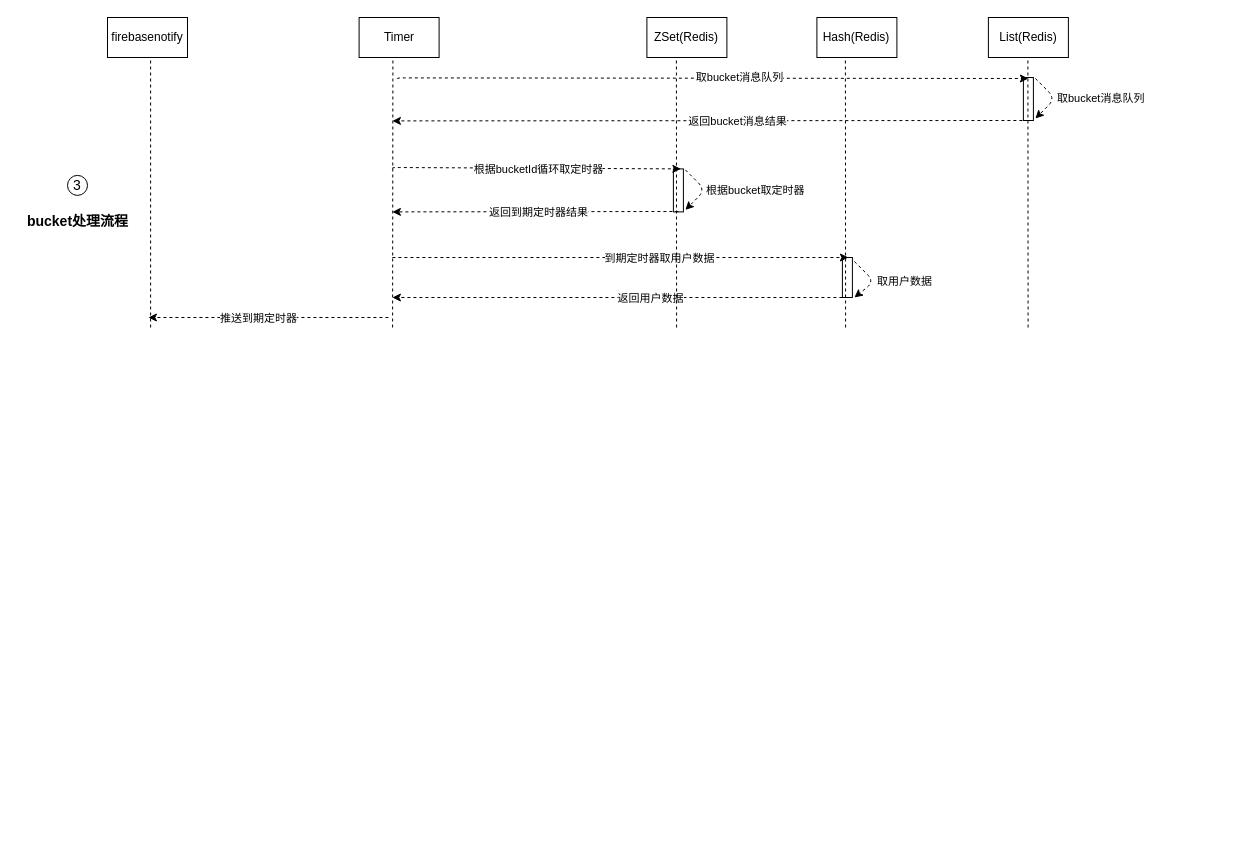
Before: page "Page-7" (7 of 8) of timer.drawio in mbabby/draw.io.file, a draw.io diagram. Source tidied: cells renumbered, new cells numbered last; positions are measured from the earlier drawing's top-left corner, leaving out a move shared by most shapes. Both pictures are drawn from the tidied source at 100%, with x=0, y=0 at pixel (17, 17).
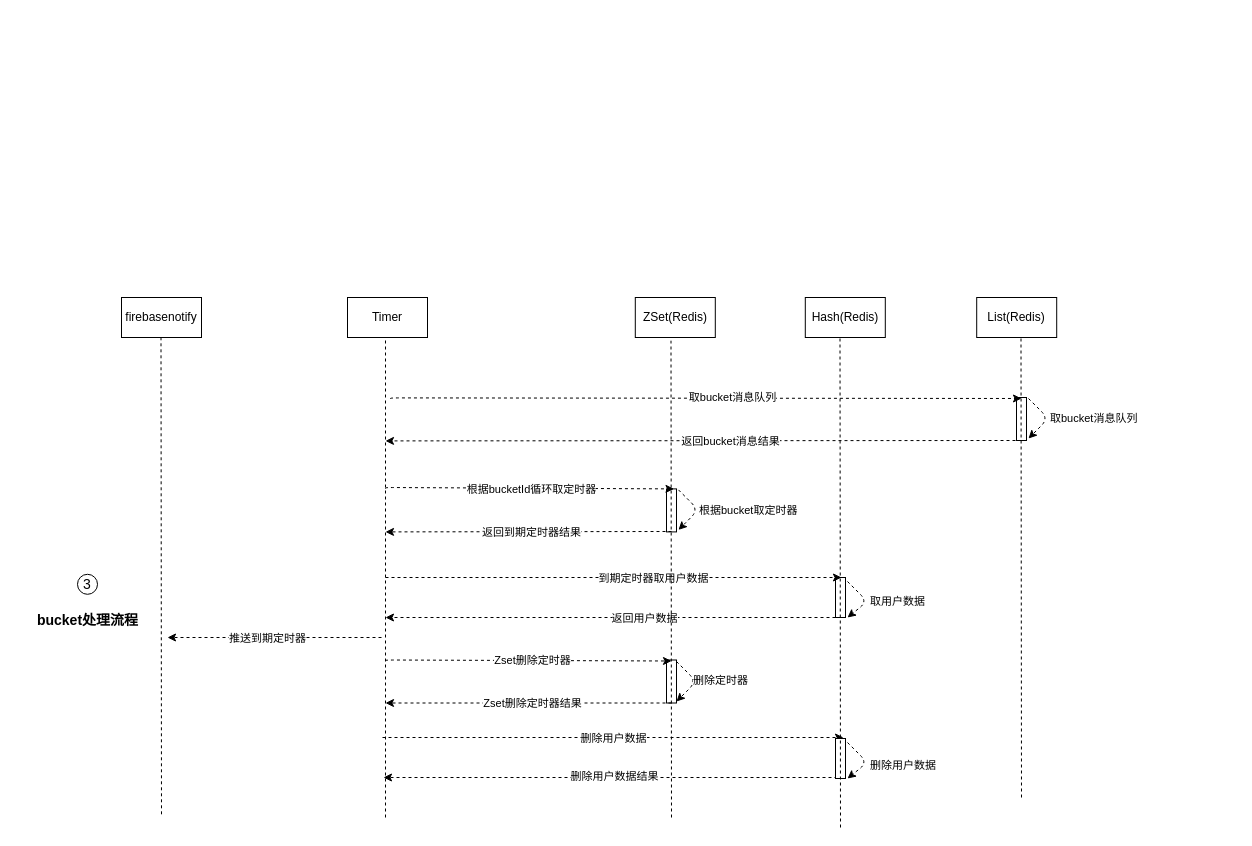
The same page after the edit.

Diff of the diagram source:
```diff
@@
     <mxCell id="2" value="firebasenotify" style="rounded=0;whiteSpace=wrap;html=1;" parent="1" vertex="1">
-      <mxGeometry x="90" width="80" height="40" as="geometry" />
+      <mxGeometry x="104" y="280" width="80" height="40" as="geometry" />
     </mxCell>
     <mxCell id="3" value="Timer" style="rounded=0;whiteSpace=wrap;html=1;" parent="1" vertex="1">
-      <mxGeometry x="341.6" width="80" height="40" as="geometry" />
+      <mxGeometry x="330" y="280" width="80" height="40" as="geometry" />
     </mxCell>
     <mxCell id="4" value="ZSet(Redis)" style="rounded=0;whiteSpace=wrap;html=1;" parent="1" vertex="1">
-      <mxGeometry x="629.4" width="80" height="40" as="geometry" />
+      <mxGeometry x="617.8" y="280" width="80" height="40" as="geometry" />
     </mxCell>
     <mxCell id="5" value="Hash(Redis)" style="rounded=0;whiteSpace=wrap;html=1;" parent="1" vertex="1">
-      <mxGeometry x="799.4" width="80" height="40" as="geometry" />
+      <mxGeometry x="787.8" y="280" width="80" height="40" as="geometry" />
     </mxCell>
     <mxCell id="6" style="endArrow=none;dashed=1;html=1;" parent="1" edge="1">
       <mxGeometry relative="1" as="geometry">
-        <mxPoint x="133.1" y="310" as="sourcePoint" />
-        <mxPoint x="133.1" y="40" as="targetPoint" />
+        <mxPoint x="144" y="796.8" as="sourcePoint" />
+        <mxPoint x="143.5" y="320" as="targetPoint" />
       </mxGeometry>
     </mxCell>
     <mxCell id="7" style="endArrow=none;dashed=1;html=1;" parent="1" edge="1">
       <mxGeometry relative="1" as="geometry">
-        <mxPoint x="375.1" y="310" as="sourcePoint" />
-        <mxPoint x="375.4" y="40" as="targetPoint" />
+        <mxPoint x="368" y="800" as="sourcePoint" />
+        <mxPoint x="368" y="320" as="targetPoint" />
       </mxGeometry>
     </mxCell>
-    <mxCell id="8" style="endArrow=classic;html=1;dashed=1;" parent="1" edge="1">
-      <mxGeometry relative="1" as="geometry">
-        <mxPoint x="1010.9" y="103" as="sourcePoint" />
-        <mxPoint x="374.9" y="103.4" as="targetPoint" />
-      </mxGeometry>
-    </mxCell>
+    <mxCell id="35" value="List(Redis)" style="rounded=0;whiteSpace=wrap;html=1;" parent="1" vertex="1">
+      <mxGeometry x="959.2" y="280" width="80" height="40" as="geometry" />
+    </mxCell>
+    <mxCell id="37" style="endArrow=classic;html=1;dashed=1;" parent="1" edge="1">
+      <mxGeometry relative="1" as="geometry">
+        <mxPoint x="1004" y="423" as="sourcePoint" />
+        <mxPoint x="368" y="423.4" as="targetPoint" />
+      </mxGeometry>
+    </mxCell>
-    <mxCell id="9" value="返回bucket消息结果" style="edgeLabel;html=1;align=center;verticalAlign=middle;" parent="8" vertex="1">
+    <mxCell id="9" value="返回bucket消息结果" style="edgeLabel;html=1;align=center;verticalAlign=middle;" parent="37" vertex="1">
       <mxGeometry x="0.14" y="-1" relative="1" as="geometry">
         <mxPoint x="72" y="1" as="offset" />
       </mxGeometry>
     </mxCell>
-    <mxCell id="10" style="rounded=0;whiteSpace=wrap;html=1;" parent="1" vertex="1">
-      <mxGeometry x="1005.9" y="60" width="10" height="43" as="geometry" />
-    </mxCell>
-    <mxCell id="11" style="endArrow=classic;html=1;dashed=1;" parent="1" edge="1">
-      <mxGeometry relative="1" as="geometry">
-        <mxPoint x="1017.9" y="61" as="sourcePoint" />
-        <mxPoint x="1017.9" y="101" as="targetPoint" />
-        <Array as="points">
-          <mxPoint x="1037.9" y="81" />
-        </Array>
-      </mxGeometry>
-    </mxCell>
+    <mxCell id="38" style="rounded=0;whiteSpace=wrap;html=1;" parent="1" vertex="1">
+      <mxGeometry x="999" y="380" width="10" height="43" as="geometry" />
+    </mxCell>
+    <mxCell id="39" style="endArrow=classic;html=1;dashed=1;" parent="1" edge="1">
+      <mxGeometry relative="1" as="geometry">
+        <mxPoint x="1011" y="381" as="sourcePoint" />
+        <mxPoint x="1011" y="421" as="targetPoint" />
+        <Array as="points">
+          <mxPoint x="1031" y="401" />
+        </Array>
+      </mxGeometry>
+    </mxCell>
     <mxCell id="12" value="&lt;div style=&quot;text-align: center&quot;&gt;&lt;font face=&quot;helvetica&quot;&gt;&lt;span style=&quot;font-size: 11px ; background-color: rgb(255 , 255 , 255)&quot;&gt;取bucket消息队列&lt;/span&gt;&lt;/font&gt;&lt;/div&gt;" style="text;whiteSpace=wrap;html=1;" parent="1" vertex="1">
-      <mxGeometry x="1037.9" y="66.5" width="180" height="30" as="geometry" />
+      <mxGeometry x="1031" y="386.5" width="180" height="30" as="geometry" />
     </mxCell>
-    <mxCell id="13" style="rounded=0;whiteSpace=wrap;html=1;" parent="1" vertex="1">
-      <mxGeometry x="655.9" y="151.4" width="10" height="43" as="geometry" />
-    </mxCell>
-    <mxCell id="14" style="endArrow=classic;html=1;dashed=1;" parent="1" edge="1">
-      <mxGeometry relative="1" as="geometry">
-        <mxPoint x="667.9" y="152.4" as="sourcePoint" />
-        <mxPoint x="667.9" y="192.4" as="targetPoint" />
-        <Array as="points">
-          <mxPoint x="687.9" y="172.4" />
-        </Array>
-      </mxGeometry>
-    </mxCell>
+    <mxCell id="40" style="rounded=0;whiteSpace=wrap;html=1;" parent="1" vertex="1">
+      <mxGeometry x="649" y="471.4" width="10" height="43" as="geometry" />
+    </mxCell>
+    <mxCell id="41" style="endArrow=classic;html=1;dashed=1;" parent="1" edge="1">
+      <mxGeometry relative="1" as="geometry">
+        <mxPoint x="661" y="472.4" as="sourcePoint" />
+        <mxPoint x="661" y="512.4" as="targetPoint" />
+        <Array as="points">
+          <mxPoint x="681" y="492.4" />
+        </Array>
+      </mxGeometry>
+    </mxCell>
     <mxCell id="15" value="&lt;div style=&quot;text-align: center&quot;&gt;&lt;font face=&quot;helvetica&quot;&gt;&lt;span style=&quot;font-size: 11px ; background-color: rgb(255 , 255 , 255)&quot;&gt;根据bucket取定时器&lt;/span&gt;&lt;/font&gt;&lt;/div&gt;" style="text;whiteSpace=wrap;html=1;" parent="1" vertex="1">
-      <mxGeometry x="686.9" y="159.4" width="180" height="30" as="geometry" />
+      <mxGeometry x="680" y="479.4" width="180" height="30" as="geometry" />
     </mxCell>
-    <mxCell id="16" style="endArrow=classic;html=1;dashed=1;" parent="1" edge="1">
-      <mxGeometry relative="1" as="geometry">
-        <mxPoint x="660.9" y="194" as="sourcePoint" />
-        <mxPoint x="374.9" y="194.4" as="targetPoint" />
-      </mxGeometry>
-    </mxCell>
+    <mxCell id="42" style="endArrow=classic;html=1;dashed=1;" parent="1" edge="1">
+      <mxGeometry relative="1" as="geometry">
+        <mxPoint x="654" y="514" as="sourcePoint" />
+        <mxPoint x="368" y="514.4" as="targetPoint" />
+      </mxGeometry>
+    </mxCell>
-    <mxCell id="17" value="返回到期定时器结果" style="edgeLabel;html=1;align=center;verticalAlign=middle;" parent="16" vertex="1">
+    <mxCell id="17" value="返回到期定时器结果" style="edgeLabel;html=1;align=center;verticalAlign=middle;" parent="42" vertex="1">
       <mxGeometry x="0.14" y="-1" relative="1" as="geometry">
         <mxPoint x="23" y="1" as="offset" />
       </mxGeometry>
     </mxCell>
-    <mxCell id="18" style="endArrow=classic;html=1;dashed=1;" parent="1" edge="1">
-      <mxGeometry relative="1" as="geometry">
-        <mxPoint x="830.9" y="280" as="sourcePoint" />
-        <mxPoint x="374.9" y="280" as="targetPoint" />
-      </mxGeometry>
-    </mxCell>
+    <mxCell id="43" style="endArrow=classic;html=1;dashed=1;" parent="1" edge="1">
+      <mxGeometry relative="1" as="geometry">
+        <mxPoint x="824" y="600" as="sourcePoint" />
+        <mxPoint x="368" y="600" as="targetPoint" />
+      </mxGeometry>
+    </mxCell>
-    <mxCell id="19" value="返回用户数据" style="edgeLabel;html=1;align=center;verticalAlign=middle;" parent="18" vertex="1">
+    <mxCell id="19" value="返回用户数据" style="edgeLabel;html=1;align=center;verticalAlign=middle;" parent="43" vertex="1">
       <mxGeometry x="0.14" y="-1" relative="1" as="geometry">
         <mxPoint x="62" y="1" as="offset" />
       </mxGeometry>
     </mxCell>
-    <mxCell id="20" style="rounded=0;whiteSpace=wrap;html=1;" parent="1" vertex="1">
-      <mxGeometry x="824.9" y="240" width="10" height="40" as="geometry" />
-    </mxCell>
-    <mxCell id="21" style="endArrow=classic;html=1;dashed=1;" parent="1" edge="1">
-      <mxGeometry relative="1" as="geometry">
-        <mxPoint x="836.9" y="244" as="sourcePoint" />
-        <mxPoint x="836.9" y="280" as="targetPoint" />
-        <Array as="points">
-          <mxPoint x="856.9" y="264" />
-        </Array>
-      </mxGeometry>
-    </mxCell>
+    <mxCell id="44" style="rounded=0;whiteSpace=wrap;html=1;" parent="1" vertex="1">
+      <mxGeometry x="818" y="560" width="10" height="40" as="geometry" />
+    </mxCell>
+    <mxCell id="45" style="endArrow=classic;html=1;dashed=1;" parent="1" edge="1">
+      <mxGeometry relative="1" as="geometry">
+        <mxPoint x="830" y="564" as="sourcePoint" />
+        <mxPoint x="830" y="600" as="targetPoint" />
+        <Array as="points">
+          <mxPoint x="850" y="584" />
+        </Array>
+      </mxGeometry>
+    </mxCell>
     <mxCell id="22" value="&lt;div style=&quot;text-align: center&quot;&gt;&lt;font face=&quot;helvetica&quot;&gt;&lt;span style=&quot;font-size: 11px ; background-color: rgb(255 , 255 , 255)&quot;&gt;取用户数据&lt;/span&gt;&lt;/font&gt;&lt;/div&gt;" style="text;whiteSpace=wrap;html=1;" parent="1" vertex="1">
-      <mxGeometry x="857.9" y="250" width="180" height="30" as="geometry" />
+      <mxGeometry x="851" y="570" width="180" height="30" as="geometry" />
     </mxCell>
     <mxCell id="23" value="3" style="ellipse;whiteSpace=wrap;html=1;fontSize=14;align=center;" parent="1" vertex="1">
-      <mxGeometry x="50" y="157.9" width="20" height="20" as="geometry" />
+      <mxGeometry x="60" y="556.8" width="20" height="20" as="geometry" />
     </mxCell>
     <mxCell id="24" value="&lt;b&gt;bucket处理流程&lt;/b&gt;" style="text;html=1;align=center;verticalAlign=middle;strokeColor=none;fillColor=none;fontSize=14;" parent="1" vertex="1">
-      <mxGeometry y="194.4" width="120" height="20" as="geometry" />
+      <mxGeometry x="10" y="593.2" width="120" height="20" as="geometry" />
     </mxCell>
-    <mxCell id="25" style="endArrow=classic;html=1;dashed=1;entryX=0.75;entryY=0;entryDx=0;entryDy=0;" parent="1" edge="1" target="13">
-      <mxGeometry relative="1" as="geometry">
-        <mxPoint x="374.9" y="151" as="sourcePoint" />
-        <Array as="points">
-          <mxPoint x="374.9" y="150" />
-        </Array>
-      </mxGeometry>
-    </mxCell>
+    <mxCell id="46" style="endArrow=classic;html=1;dashed=1;entryX=0.75;entryY=0;entryDx=0;entryDy=0;" parent="1" edge="1" target="40">
+      <mxGeometry relative="1" as="geometry">
+        <mxPoint x="368" y="471" as="sourcePoint" />
+        <Array as="points">
+          <mxPoint x="368" y="470" />
+        </Array>
+      </mxGeometry>
+    </mxCell>
-    <mxCell id="26" value="根据bucketId循环取定时器" style="edgeLabel;html=1;align=center;verticalAlign=middle;" parent="25" vertex="1">
+    <mxCell id="26" value="根据bucketId循环取定时器" style="edgeLabel;html=1;align=center;verticalAlign=middle;" parent="46" vertex="1">
       <mxGeometry x="0.14" y="-1" relative="1" as="geometry">
         <mxPoint x="-18" as="offset" />
       </mxGeometry>
     </mxCell>
-    <mxCell id="27" style="endArrow=classic;html=1;dashed=1;" parent="1" edge="1">
-      <mxGeometry relative="1" as="geometry">
-        <mxPoint x="374.9" y="240" as="sourcePoint" />
-        <mxPoint x="830.9" y="240" as="targetPoint" />
-      </mxGeometry>
-    </mxCell>
+    <mxCell id="47" style="endArrow=classic;html=1;dashed=1;" parent="1" edge="1">
+      <mxGeometry relative="1" as="geometry">
+        <mxPoint x="368" y="560" as="sourcePoint" />
+        <mxPoint x="824" y="560" as="targetPoint" />
+      </mxGeometry>
+    </mxCell>
-    <mxCell id="28" value="到期定时器取用户数据" style="edgeLabel;html=1;align=center;verticalAlign=middle;" parent="27" vertex="1">
+    <mxCell id="28" value="到期定时器取用户数据" style="edgeLabel;html=1;align=center;verticalAlign=middle;" parent="47" vertex="1">
       <mxGeometry x="0.14" y="-1" relative="1" as="geometry">
         <mxPoint x="7" y="-1" as="offset" />
       </mxGeometry>
     </mxCell>
-    <mxCell id="29" style="endArrow=classic;html=1;dashed=1;" parent="1" edge="1">
-      <mxGeometry relative="1" as="geometry">
-        <mxPoint x="379.9" y="61.4" as="sourcePoint" />
-        <mxPoint x="1010.9" y="61" as="targetPoint" />
-        <Array as="points">
-          <mxPoint x="379.9" y="60.4" />
-        </Array>
-      </mxGeometry>
-    </mxCell>
+    <mxCell id="48" style="endArrow=classic;html=1;dashed=1;" parent="1" edge="1">
+      <mxGeometry relative="1" as="geometry">
+        <mxPoint x="373" y="381.4" as="sourcePoint" />
+        <mxPoint x="1004" y="381" as="targetPoint" />
+        <Array as="points">
+          <mxPoint x="373" y="380.4" />
+        </Array>
+      </mxGeometry>
+    </mxCell>
-    <mxCell id="30" value="取bucket消息队列" style="edgeLabel;html=1;align=center;verticalAlign=middle;" parent="29" vertex="1">
+    <mxCell id="30" value="取bucket消息队列" style="edgeLabel;html=1;align=center;verticalAlign=middle;" parent="48" vertex="1">
       <mxGeometry x="0.14" y="-1" relative="1" as="geometry">
         <mxPoint x="-17" y="-2" as="offset" />
       </mxGeometry>
     </mxCell>
-    <mxCell id="31" style="endArrow=classic;html=1;dashed=1;" parent="1" edge="1">
-      <mxGeometry relative="1" as="geometry">
-        <mxPoint x="370.9" y="300" as="sourcePoint" />
-        <mxPoint x="130.9" y="300" as="targetPoint" />
-      </mxGeometry>
-    </mxCell>
+    <mxCell id="49" style="rounded=0;whiteSpace=wrap;html=1;" parent="1" vertex="1">
+      <mxGeometry x="649" y="642.5" width="10" height="43" as="geometry" />
+    </mxCell>
+    <mxCell id="50" style="endArrow=classic;html=1;dashed=1;" parent="1" edge="1">
+      <mxGeometry relative="1" as="geometry">
+        <mxPoint x="368" y="643.5" as="sourcePoint" />
+        <mxPoint x="654" y="643.5" as="targetPoint" />
+        <Array as="points">
+          <mxPoint x="368" y="642.5" />
+        </Array>
+      </mxGeometry>
+    </mxCell>
+    <mxCell id="51" value="Zset删除定时器" style="edgeLabel;html=1;align=center;verticalAlign=middle;" parent="50" vertex="1">
+      <mxGeometry x="0.14" y="-1" relative="1" as="geometry">
+        <mxPoint x="-16" y="-2" as="offset" />
+      </mxGeometry>
+    </mxCell>
+    <mxCell id="52" style="endArrow=classic;html=1;dashed=1;" parent="1" edge="1">
+      <mxGeometry relative="1" as="geometry">
+        <mxPoint x="659" y="644" as="sourcePoint" />
+        <mxPoint x="659" y="684" as="targetPoint" />
+        <Array as="points">
+          <mxPoint x="679" y="664" />
+        </Array>
+      </mxGeometry>
+    </mxCell>
+    <mxCell id="53" value="&lt;div style=&quot;text-align: center&quot;&gt;&lt;font face=&quot;helvetica&quot;&gt;&lt;span style=&quot;font-size: 11px ; background-color: rgb(255 , 255 , 255)&quot;&gt;删除定时器&lt;/span&gt;&lt;/font&gt;&lt;/div&gt;" style="text;whiteSpace=wrap;html=1;" parent="1" vertex="1">
+      <mxGeometry x="674" y="649" width="120" height="30" as="geometry" />
+    </mxCell>
+    <mxCell id="54" style="endArrow=classic;html=1;dashed=1;" parent="1" edge="1">
+      <mxGeometry relative="1" as="geometry">
+        <mxPoint x="654" y="685.5" as="sourcePoint" />
+        <mxPoint x="368" y="685.5" as="targetPoint" />
+      </mxGeometry>
+    </mxCell>
+    <mxCell id="55" value="Zset删除定时器结果" style="edgeLabel;html=1;align=center;verticalAlign=middle;" parent="54" vertex="1">
+      <mxGeometry x="0.14" y="-1" relative="1" as="geometry">
+        <mxPoint x="23" y="1" as="offset" />
+      </mxGeometry>
+    </mxCell>
+    <mxCell id="56" style="endArrow=classic;html=1;dashed=1;" parent="1" edge="1">
+      <mxGeometry relative="1" as="geometry">
+        <mxPoint x="365" y="720" as="sourcePoint" />
+        <mxPoint x="826" y="720" as="targetPoint" />
+      </mxGeometry>
+    </mxCell>
+    <mxCell id="57" value="删除用户数据" style="edgeLabel;html=1;align=center;verticalAlign=middle;" parent="56" vertex="1">
+      <mxGeometry x="0.14" y="-1" relative="1" as="geometry">
+        <mxPoint x="-33" y="-1" as="offset" />
+      </mxGeometry>
+    </mxCell>
+    <mxCell id="58" style="endArrow=classic;html=1;dashed=1;" parent="1" edge="1">
+      <mxGeometry relative="1" as="geometry">
+        <mxPoint x="826" y="760" as="sourcePoint" />
+        <mxPoint x="366" y="760" as="targetPoint" />
+      </mxGeometry>
+    </mxCell>
+    <mxCell id="59" value="删除用户数据结果" style="edgeLabel;html=1;align=center;verticalAlign=middle;" parent="58" vertex="1">
+      <mxGeometry x="0.14" y="-1" relative="1" as="geometry">
+        <mxPoint x="32" y="-1" as="offset" />
+      </mxGeometry>
+    </mxCell>
+    <mxCell id="60" style="endArrow=classic;html=1;dashed=1;" parent="1" edge="1">
+      <mxGeometry relative="1" as="geometry">
+        <mxPoint x="364" y="620" as="sourcePoint" />
+        <mxPoint x="150" y="620" as="targetPoint" />
+      </mxGeometry>
+    </mxCell>
-    <mxCell id="32" value="推送到期定时器" style="edgeLabel;html=1;align=center;verticalAlign=middle;" parent="31" vertex="1">
+    <mxCell id="32" value="推送到期定时器" style="edgeLabel;html=1;align=center;verticalAlign=middle;" parent="60" vertex="1">
       <mxGeometry x="0.14" y="-1" relative="1" as="geometry">
         <mxPoint x="7" y="1" as="offset" />
       </mxGeometry>
     </mxCell>
+    <mxCell id="61" style="rounded=0;whiteSpace=wrap;html=1;" parent="1" vertex="1">
+      <mxGeometry x="818" y="721" width="10" height="40" as="geometry" />
+    </mxCell>
+    <mxCell id="62" style="endArrow=classic;html=1;dashed=1;" parent="1" edge="1">
+      <mxGeometry relative="1" as="geometry">
+        <mxPoint x="830" y="725" as="sourcePoint" />
+        <mxPoint x="830" y="761" as="targetPoint" />
+        <Array as="points">
+          <mxPoint x="850" y="745" />
+        </Array>
+      </mxGeometry>
+    </mxCell>
+    <mxCell id="63" value="&lt;div style=&quot;text-align: center&quot;&gt;&lt;font face=&quot;helvetica&quot;&gt;&lt;span style=&quot;font-size: 11px ; background-color: rgb(255 , 255 , 255)&quot;&gt;删除用户数据&lt;/span&gt;&lt;/font&gt;&lt;/div&gt;" style="text;whiteSpace=wrap;html=1;" parent="1" vertex="1">
+      <mxGeometry x="851" y="734" width="180" height="30" as="geometry" />
+    </mxCell>
+    <mxCell id="36" style="endArrow=none;dashed=1;html=1;" parent="1" edge="1">
+      <mxGeometry relative="1" as="geometry">
+        <mxPoint x="1004" y="780" as="sourcePoint" />
+        <mxPoint x="1003.5" y="320" as="targetPoint" />
+      </mxGeometry>
+    </mxCell>
+    <mxCell id="34" style="endArrow=none;dashed=1;html=1;" parent="1" edge="1">
+      <mxGeometry relative="1" as="geometry">
+        <mxPoint x="823" y="810" as="sourcePoint" />
+        <mxPoint x="822.5" y="320" as="targetPoint" />
+      </mxGeometry>
+    </mxCell>
     <mxCell id="33" style="endArrow=none;dashed=1;html=1;" parent="1" edge="1">
       <mxGeometry relative="1" as="geometry">
-        <mxPoint x="659.1" y="310" as="sourcePoint" />
-        <mxPoint x="658.9" y="40" as="targetPoint" />
+        <mxPoint x="654" y="800" as="sourcePoint" />
+        <mxPoint x="653.5" y="323.2" as="targetPoint" />
       </mxGeometry>
     </mxCell>
-    <mxCell id="34" style="endArrow=none;dashed=1;html=1;" parent="1" edge="1">
-      <mxGeometry relative="1" as="geometry">
-        <mxPoint x="828.1" y="310" as="sourcePoint" />
-        <mxPoint x="827.9" y="40" as="targetPoint" />
-      </mxGeometry>
-    </mxCell>
-    <mxCell id="35" value="List(Redis)" style="rounded=0;whiteSpace=wrap;html=1;" parent="1" vertex="1">
-      <mxGeometry x="970.9" width="80" height="40" as="geometry" />
-    </mxCell>
-    <mxCell id="36" style="endArrow=none;dashed=1;html=1;" parent="1" edge="1">
-      <mxGeometry relative="1" as="geometry">
-        <mxPoint x="1010.6" y="310" as="sourcePoint" />
-        <mxPoint x="1010.4" y="40" as="targetPoint" />
-      </mxGeometry>
-    </mxCell>
```
